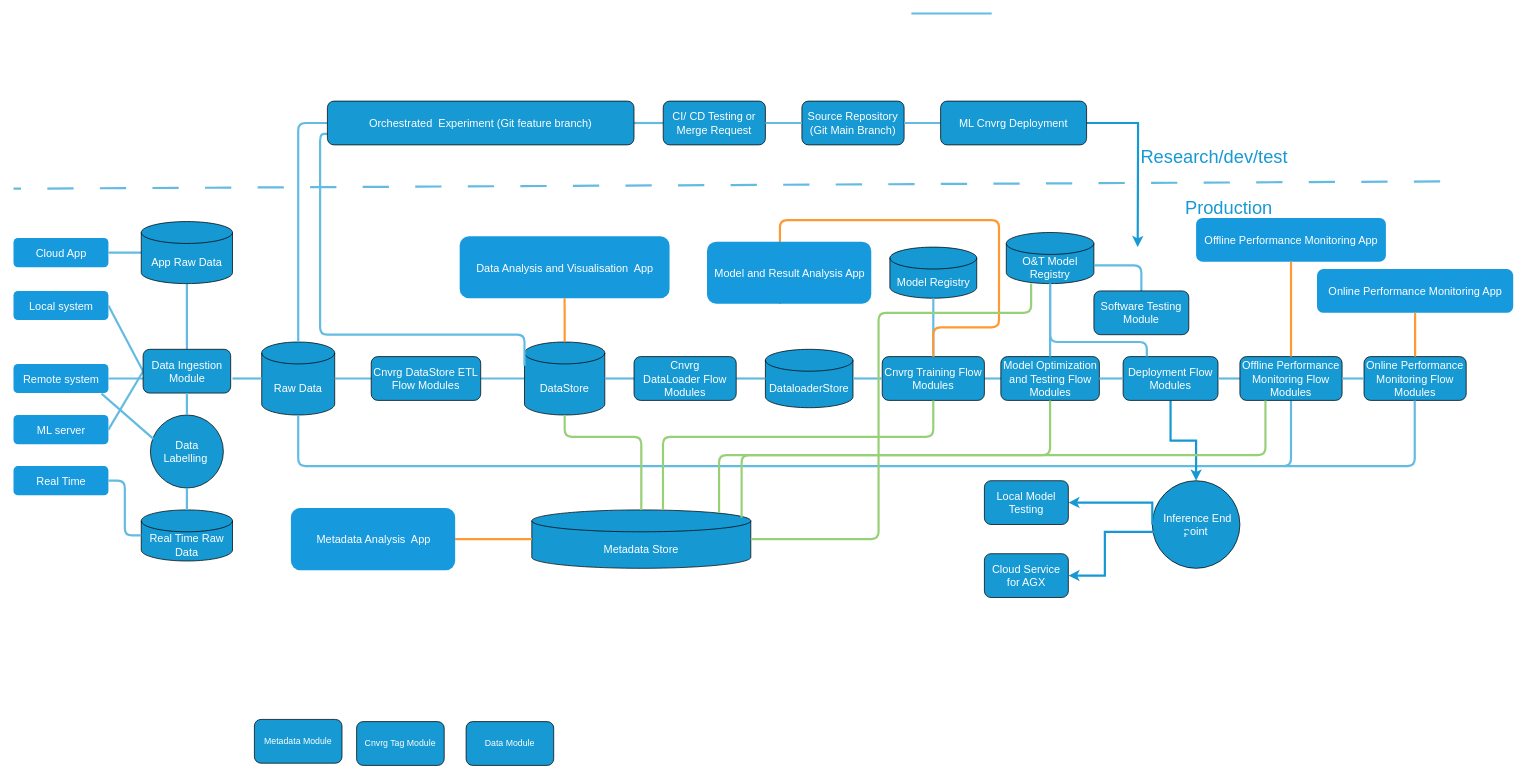
This is Untitled Diagram.drawio from mj1156/Face_Detection-Machine-Learning, a draw.io file, before an edit. Source tidied: cells renumbered, new cells numbered last; positions are measured from the earlier drawing's top-left corner, leaving out a move shared by most shapes. Both pictures are drawn from the tidied source at 73%, with x=0, y=0 at pixel (13, 13).
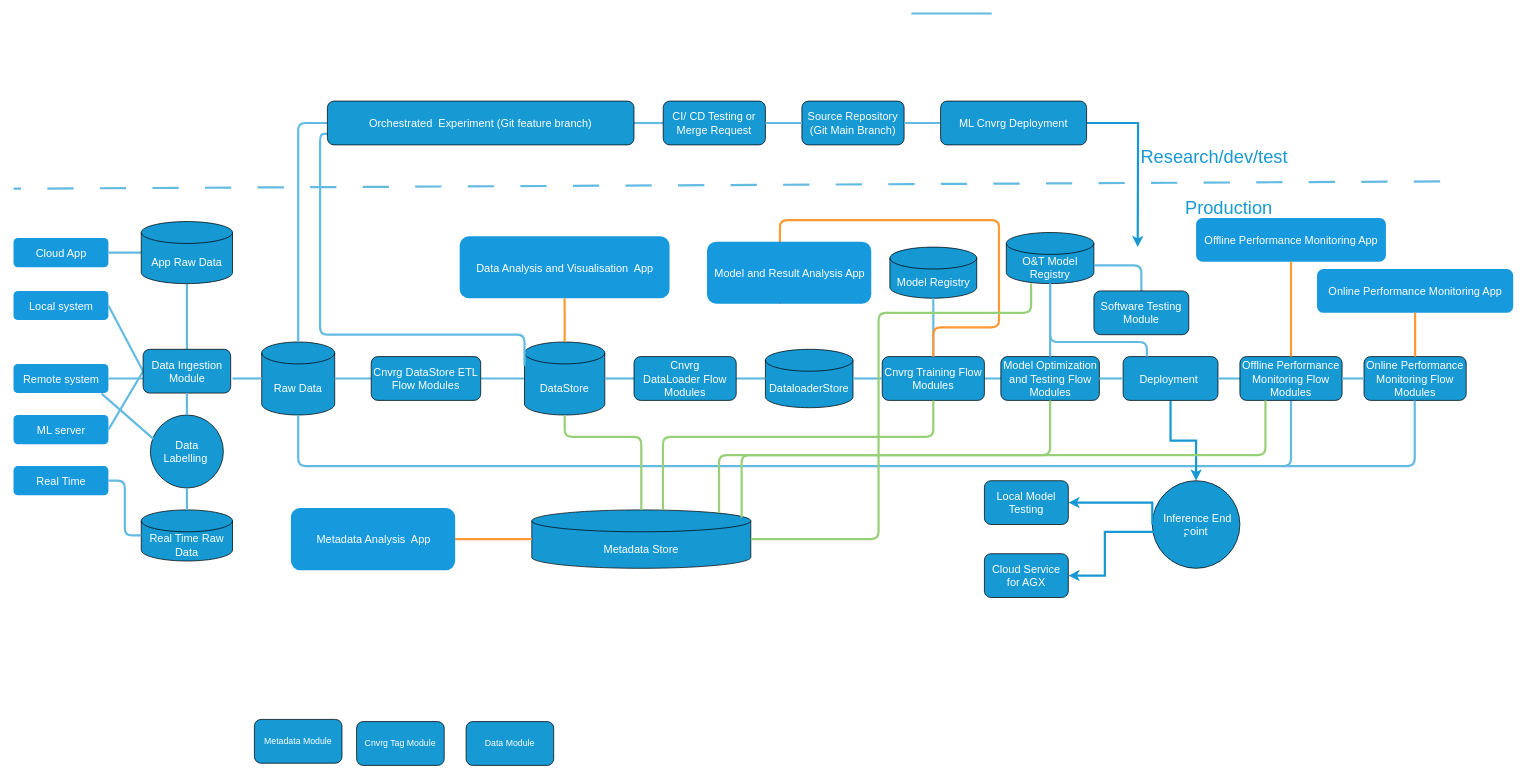
The same page after the edit.

The edit, as a diff of the source:
```diff
@@
-    <mxCell id="37" value="&lt;font style=&quot;font-size: 15px;&quot; color=&quot;#ffffff&quot;&gt;Deployment Flow Modules&lt;/font&gt;" style="rounded=1;whiteSpace=wrap;html=1;fillColor=#1799d3;" parent="1" vertex="1">
+    <mxCell id="37" value="&lt;font style=&quot;font-size: 15px;&quot; color=&quot;#ffffff&quot;&gt;Deployment&amp;nbsp;&lt;/font&gt;" style="rounded=1;whiteSpace=wrap;html=1;fillColor=#1799d3;" parent="1" vertex="1">
       <mxGeometry x="1520" y="470" width="130" height="60" as="geometry" />
     </mxCell>
```
